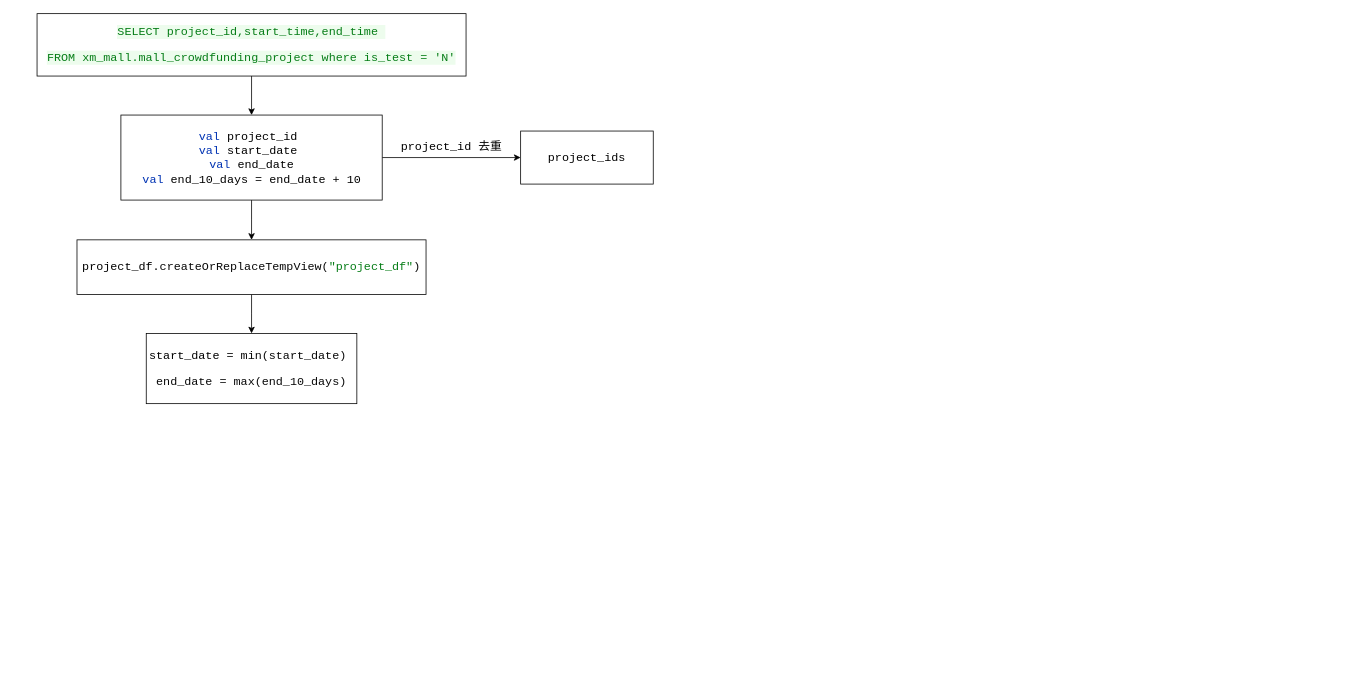
Before: 小米众筹/小米众筹流程.drawio in dyzcs/draw.io, a draw.io diagram. Source tidied: cells renumbered, new cells numbered last; positions are measured from the earlier drawing's top-left corner, leaving out a move shared by most shapes. Both pictures are drawn from the tidied source at 78%, with x=0, y=0 at pixel (37, 13).
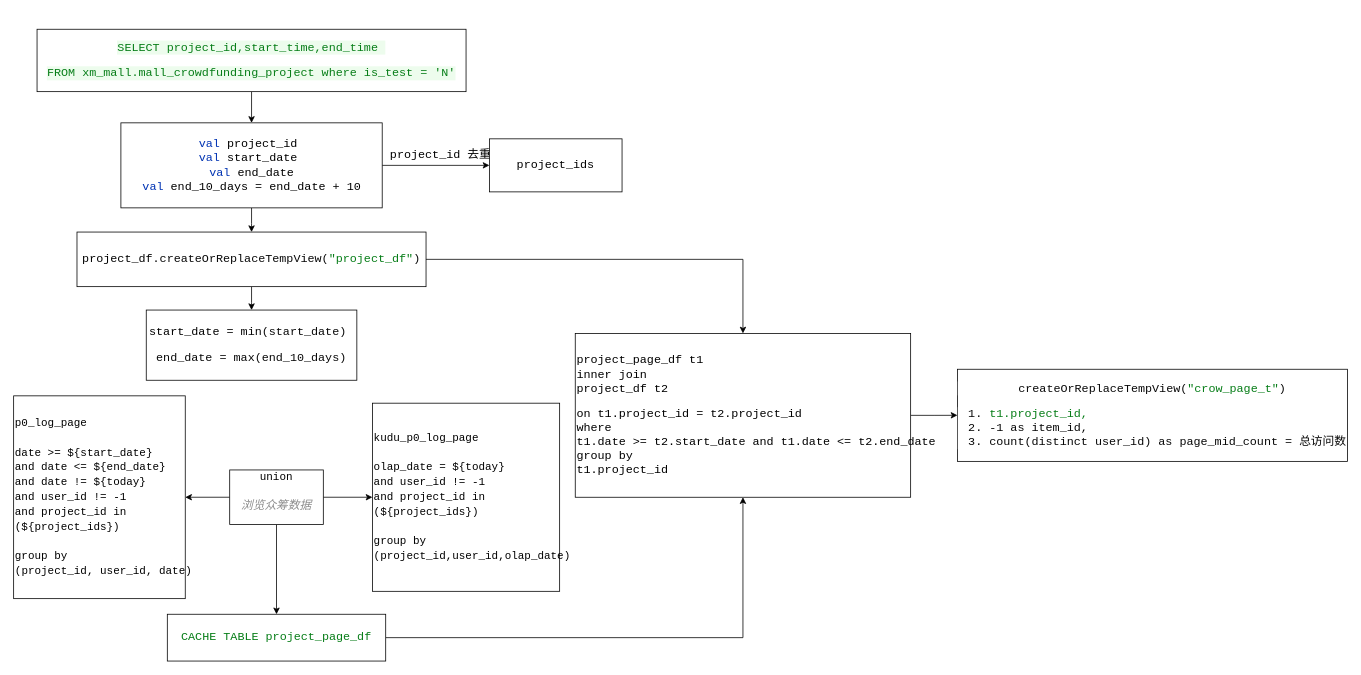
The same diagram, later.

Commit message (it also covers changes not shown here):
更新小米众筹流程.drawio

The edit, as a diff of the source:
```diff
@@
     <mxCell id="3" value="&lt;pre style=&quot;background-color: #ffffff ; color: #080808 ; font-family: &amp;#34;courier 10 pitch&amp;#34; , monospace ; font-size: 11.3pt&quot;&gt;&lt;span style=&quot;color: #067d17 ; background-color: #edfced&quot;&gt;SELECT project_id,start_time,end_time &lt;/span&gt;&lt;/pre&gt;&lt;pre style=&quot;background-color: #ffffff ; color: #080808 ; font-family: &amp;#34;courier 10 pitch&amp;#34; , monospace ; font-size: 11.3pt&quot;&gt;&lt;span style=&quot;color: #067d17 ; background-color: #edfced&quot;&gt;FROM xm_mall.mall_crowdfunding_project where is_test = 'N'&lt;/span&gt;&lt;/pre&gt;" style="rounded=0;whiteSpace=wrap;html=1;" parent="1" vertex="1">
-      <mxGeometry width="550" height="80" as="geometry" />
+      <mxGeometry y="20" width="550" height="80" as="geometry" />
     </mxCell>
@@
     <mxCell id="7" value="&lt;pre style=&quot;background-color: #ffffff ; color: #080808 ; font-family: &amp;#34;courier 10 pitch&amp;#34; , monospace ; font-size: 11.3pt&quot;&gt;&lt;span style=&quot;color: #0033b3&quot;&gt;val &lt;/span&gt;&lt;span style=&quot;color: #000000&quot;&gt;project_id &lt;/span&gt;&lt;span style=&quot;color: #000000&quot;&gt;&lt;br&gt;&lt;/span&gt;&lt;span style=&quot;color: #0033b3&quot;&gt;val &lt;/span&gt;&lt;span style=&quot;color: #000000&quot;&gt;start_date &lt;/span&gt;&lt;span style=&quot;color: #000000&quot;&gt;&lt;br&gt;&lt;/span&gt;&lt;span style=&quot;color: #0033b3&quot;&gt;val &lt;/span&gt;&lt;span style=&quot;color: #000000&quot;&gt;end_date&lt;/span&gt;&lt;br&gt;&lt;span style=&quot;color: #0033b3&quot;&gt;val &lt;/span&gt;&lt;span style=&quot;color: #000000&quot;&gt;end_10_days = end_date + 10&lt;/span&gt;&lt;/pre&gt;" style="rounded=0;whiteSpace=wrap;html=1;" parent="1" vertex="1">
-      <mxGeometry x="107.5" y="130" width="335" height="109" as="geometry" />
+      <mxGeometry x="107.5" y="140" width="335" height="109" as="geometry" />
     </mxCell>
     <mxCell id="8" value="&lt;pre style=&quot;background-color: #ffffff ; color: #080808 ; font-family: &amp;#34;courier 10 pitch&amp;#34; , monospace ; font-size: 11.3pt&quot;&gt;&lt;span style=&quot;color: #000000&quot;&gt;project_ids&lt;/span&gt;&lt;/pre&gt;" style="rounded=0;whiteSpace=wrap;html=1;" parent="1" vertex="1">
-      <mxGeometry x="620" y="150.5" width="170" height="68" as="geometry" />
+      <mxGeometry x="580" y="160.5" width="170" height="68" as="geometry" />
     </mxCell>
@@
+    <mxCell id="12" style="edgeStyle=orthogonalEdgeStyle;rounded=0;jettySize=auto;html=1;entryX=0.5;entryY=0;entryDx=0;entryDy=0;fontColor=#000000;" parent="1" edge="1" source="10" target="22">
+      <mxGeometry relative="1" as="geometry" />
+    </mxCell>
     <mxCell id="10" value="&lt;pre style=&quot;background-color: #ffffff ; color: #080808 ; font-family: &amp;#34;courier 10 pitch&amp;#34; , monospace ; font-size: 11.3pt&quot;&gt;&lt;span style=&quot;color: #000000&quot;&gt;project_df&lt;/span&gt;.createOrReplaceTempView(&lt;span style=&quot;color: #067d17&quot;&gt;&quot;project_df&quot;&lt;/span&gt;)&lt;/pre&gt;" style="rounded=0;whiteSpace=wrap;html=1;labelBackgroundColor=none;" parent="1" vertex="1">
-      <mxGeometry x="51.2" y="290" width="447.5" height="70" as="geometry" />
+      <mxGeometry x="51.2" y="280" width="447.5" height="70" as="geometry" />
     </mxCell>
     <mxCell id="11" value="&lt;pre style=&quot;background-color: #ffffff ; color: #080808 ; font-family: &amp;#34;courier 10 pitch&amp;#34; , monospace ; font-size: 11.3pt&quot;&gt;&lt;span style=&quot;color: #000000&quot;&gt;start_date = &lt;/span&gt;min(start_date) &lt;/pre&gt;&lt;pre style=&quot;background-color: #ffffff ; color: #080808 ; font-family: &amp;#34;courier 10 pitch&amp;#34; , monospace ; font-size: 11.3pt&quot;&gt;end_date = max(end_10_days)&lt;/pre&gt;" style="rounded=0;whiteSpace=wrap;html=1;labelBackgroundColor=none;" parent="1" vertex="1">
-      <mxGeometry x="140" y="410" width="270" height="90" as="geometry" />
+      <mxGeometry x="140" y="380" width="270" height="90" as="geometry" />
     </mxCell>
+    <mxCell id="13" value="&lt;div style=&quot;font-family: &amp;quot;droid sans mono&amp;quot; , monospace , monospace , &amp;quot;droid sans fallback&amp;quot; ; font-size: 14px ; line-height: 19px&quot;&gt;p0_log_page&lt;/div&gt;&lt;div style=&quot;font-family: &amp;quot;droid sans mono&amp;quot; , monospace , monospace , &amp;quot;droid sans fallback&amp;quot; ; font-size: 14px ; line-height: 19px&quot;&gt;&lt;br&gt;&lt;/div&gt;&lt;div style=&quot;font-family: &amp;quot;droid sans mono&amp;quot; , monospace , monospace , &amp;quot;droid sans fallback&amp;quot; ; font-size: 14px ; line-height: 19px&quot;&gt;&lt;div style=&quot;font-family: &amp;quot;droid sans mono&amp;quot; , monospace , monospace , &amp;quot;droid sans fallback&amp;quot; ; line-height: 19px&quot;&gt;&lt;div&gt;&lt;span&gt;date&lt;/span&gt; &amp;gt;= ${&lt;span&gt;start_date&lt;/span&gt;}&lt;/div&gt;&lt;div&gt;    &lt;span&gt;and&lt;/span&gt; &lt;span&gt;date&lt;/span&gt; &amp;lt;= ${end_date}&lt;/div&gt;&lt;div&gt;    &lt;span&gt;and&lt;/span&gt; &lt;span&gt;date&lt;/span&gt; != ${today}&lt;/div&gt;&lt;div&gt;    &lt;span&gt;and&lt;/span&gt; &lt;span&gt;user_id&lt;/span&gt; != -&lt;span&gt;1&lt;/span&gt;&lt;/div&gt;&lt;div&gt;    &lt;span&gt;and&lt;/span&gt; project_id &lt;span&gt;in&lt;/span&gt; (${project_ids})&lt;/div&gt;&lt;div&gt;&lt;span&gt;&lt;br&gt;&lt;/span&gt;&lt;/div&gt;&lt;div&gt;&lt;span&gt;group by&lt;/span&gt;&lt;/div&gt;&lt;div&gt;&lt;span&gt;(&lt;/span&gt;&lt;span&gt;project_id,&amp;nbsp;&lt;/span&gt;&lt;span&gt;user_id&lt;/span&gt;&lt;span&gt;,&amp;nbsp;&lt;/span&gt;&lt;span&gt;date)&lt;/span&gt;&lt;/div&gt;&lt;/div&gt;&lt;/div&gt;" style="rounded=0;whiteSpace=wrap;html=1;labelBackgroundColor=none;align=left;" parent="1" vertex="1">
+      <mxGeometry x="-30" y="490" width="220" height="260" as="geometry" />
+    </mxCell>
+    <mxCell id="14" value="&lt;div style=&quot;font-family: &amp;quot;droid sans mono&amp;quot; , monospace , monospace , &amp;quot;droid sans fallback&amp;quot; ; font-size: 14px ; line-height: 19px&quot;&gt;kudu_p0_log_page&lt;/div&gt;&lt;div style=&quot;font-family: &amp;quot;droid sans mono&amp;quot; , monospace , monospace , &amp;quot;droid sans fallback&amp;quot; ; font-size: 14px ; line-height: 19px&quot;&gt;&lt;br&gt;&lt;/div&gt;&lt;div style=&quot;font-family: &amp;quot;droid sans mono&amp;quot; , monospace , monospace , &amp;quot;droid sans fallback&amp;quot; ; font-size: 14px ; line-height: 19px&quot;&gt;&lt;div style=&quot;font-family: &amp;quot;droid sans mono&amp;quot; , monospace , monospace , &amp;quot;droid sans fallback&amp;quot; ; line-height: 19px&quot;&gt;&lt;div&gt;olap_date = ${today}&lt;/div&gt;&lt;div&gt;    &lt;span&gt;and&lt;/span&gt; &lt;span&gt;user_id&lt;/span&gt; != -&lt;span&gt;1&lt;/span&gt;&lt;/div&gt;&lt;div&gt;    &lt;span&gt;and&lt;/span&gt; project_id &lt;span&gt;in&lt;/span&gt; (${project_ids})&lt;/div&gt;&lt;div&gt;&lt;div style=&quot;font-family: &amp;quot;droid sans mono&amp;quot; , monospace , monospace , &amp;quot;droid sans fallback&amp;quot; ; line-height: 19px&quot;&gt;&lt;div&gt;&lt;span&gt;&lt;br&gt;&lt;/span&gt;&lt;/div&gt;&lt;div&gt;&lt;span&gt;group by&lt;/span&gt;&lt;/div&gt;&lt;div&gt;(project_id,&lt;span&gt;user_id&lt;/span&gt;&lt;span&gt;,&lt;/span&gt;&lt;span&gt;olap_date)&lt;/span&gt;&lt;/div&gt;&lt;/div&gt;&lt;/div&gt;&lt;/div&gt;&lt;/div&gt;" style="rounded=0;whiteSpace=wrap;html=1;labelBackgroundColor=none;align=left;" parent="1" vertex="1">
+      <mxGeometry x="430" y="499.4" width="240" height="241.2" as="geometry" />
+    </mxCell>
+    <mxCell id="15" style="edgeStyle=orthogonalEdgeStyle;rounded=0;jettySize=auto;html=1;entryX=1;entryY=0.5;entryDx=0;entryDy=0;fontColor=#000000;" parent="1" edge="1" source="18" target="13">
+      <mxGeometry relative="1" as="geometry" />
+    </mxCell>
+    <mxCell id="16" style="edgeStyle=orthogonalEdgeStyle;rounded=0;jettySize=auto;html=1;fontColor=#000000;" parent="1" edge="1" source="18" target="14">
+      <mxGeometry relative="1" as="geometry" />
+    </mxCell>
+    <mxCell id="17" style="edgeStyle=orthogonalEdgeStyle;rounded=0;jettySize=auto;html=1;entryX=0.5;entryY=0;entryDx=0;entryDy=0;fontColor=#000000;" parent="1" edge="1" source="18" target="20">
+      <mxGeometry relative="1" as="geometry" />
+    </mxCell>
+    <mxCell id="18" value="&lt;div style=&quot;font-family: &amp;#34;droid sans mono&amp;#34; , monospace , monospace , &amp;#34;droid sans fallback&amp;#34; ; font-size: 14px ; line-height: 19px&quot;&gt;&lt;span&gt;union&lt;/span&gt;&lt;/div&gt;&lt;div style=&quot;font-family: &amp;#34;droid sans mono&amp;#34; , monospace , monospace , &amp;#34;droid sans fallback&amp;#34; ; font-size: 14px ; line-height: 19px&quot;&gt;&lt;pre style=&quot;background-color: #ffffff ; color: #080808 ; font-family: &amp;#34;noto mono&amp;#34; , monospace ; font-size: 11.3pt&quot;&gt;&lt;span style=&quot;color: #8c8c8c ; font-style: italic&quot;&gt;浏览众筹数据&lt;/span&gt;&lt;/pre&gt;&lt;/div&gt;" style="rounded=0;whiteSpace=wrap;html=1;labelBackgroundColor=none;" parent="1" vertex="1">
+      <mxGeometry x="247" y="585" width="120" height="70" as="geometry" />
+    </mxCell>
+    <mxCell id="19" style="edgeStyle=orthogonalEdgeStyle;rounded=0;jettySize=auto;html=1;entryX=0.5;entryY=1;entryDx=0;entryDy=0;fontColor=#000000;" parent="1" edge="1" source="20" target="22">
+      <mxGeometry relative="1" as="geometry" />
+    </mxCell>
+    <mxCell id="20" value="&lt;pre style=&quot;background-color: #ffffff ; color: #080808 ; font-family: &amp;#34;courier 10 pitch&amp;#34; , monospace ; font-size: 11.3pt&quot;&gt;&lt;span style=&quot;color: #067d17&quot;&gt;CACHE TABLE project_page_df&lt;/span&gt;&lt;/pre&gt;" style="rounded=0;whiteSpace=wrap;html=1;labelBackgroundColor=none;fontColor=#000000;" parent="1" vertex="1">
+      <mxGeometry x="167" y="770" width="280" height="60" as="geometry" />
+    </mxCell>
+    <mxCell id="21" style="edgeStyle=orthogonalEdgeStyle;rounded=0;jettySize=auto;html=1;entryX=0;entryY=0.5;entryDx=0;entryDy=0;fontColor=#000000;" parent="1" edge="1" source="22" target="23">
+      <mxGeometry relative="1" as="geometry" />
+    </mxCell>
+    <mxCell id="22" value="&lt;pre style=&quot;font-family: &amp;quot;courier 10 pitch&amp;quot;, monospace; font-size: 11.3pt;&quot;&gt;&lt;pre style=&quot;font-family: &amp;quot;courier 10 pitch&amp;quot; , monospace ; font-size: 11.3pt&quot;&gt;&lt;div style=&quot;text-align: justify&quot;&gt;&lt;span style=&quot;font-size: 11.3pt;&quot;&gt;project_page_df t1&lt;/span&gt;&lt;/div&gt;&lt;span style=&quot;&quot;&gt;&lt;div style=&quot;text-align: justify&quot;&gt;&lt;span style=&quot;font-size: 11.3pt&quot;&gt;inner join&lt;/span&gt;&lt;/div&gt;&lt;div style=&quot;text-align: justify&quot;&gt;&lt;span style=&quot;font-size: 11.3pt&quot;&gt;project_df t2&lt;/span&gt;&lt;/div&gt;&lt;div style=&quot;text-align: justify&quot;&gt;&lt;pre style=&quot;font-family: &amp;quot;courier 10 pitch&amp;quot;, monospace; font-size: 11.3pt;&quot;&gt;&lt;span style=&quot;&quot;&gt;on t1.project_id = t2.project_id&lt;/span&gt;&lt;span style=&quot;&quot;&gt;&lt;br&gt;&lt;/span&gt;&lt;span style=&quot;&quot;&gt;where&lt;/span&gt;&lt;span style=&quot;&quot;&gt;&lt;br&gt;&lt;/span&gt;&lt;span style=&quot;&quot;&gt;t1.date &amp;gt;= t2.start_date and t1.date &amp;lt;= t2.end_date&lt;/span&gt;&lt;span style=&quot;&quot;&gt;&lt;br&gt;&lt;/span&gt;&lt;span style=&quot;&quot;&gt;group by&lt;/span&gt;&lt;span style=&quot;&quot;&gt;&lt;br&gt;&lt;/span&gt;&lt;span style=&quot;&quot;&gt;t1.project_id&lt;/span&gt;&lt;/pre&gt;&lt;/div&gt;&lt;/span&gt;&lt;/pre&gt;&lt;/pre&gt;" style="rounded=0;whiteSpace=wrap;html=1;labelBackgroundColor=none;align=left;" parent="1" vertex="1">
+      <mxGeometry x="690" y="410" width="430" height="210" as="geometry" />
+    </mxCell>
+    <mxCell id="23" value="&lt;pre style=&quot;background-color: #ffffff ; color: #080808 ; font-family: &amp;#34;courier 10 pitch&amp;#34; , monospace ; font-size: 11.3pt&quot;&gt;createOrReplaceTempView(&lt;span style=&quot;color: #067d17&quot;&gt;&quot;crow_page_t&quot;&lt;/span&gt;)&lt;/pre&gt;&lt;pre style=&quot;background-color: #ffffff ; color: #080808 ; font-family: &amp;#34;courier 10 pitch&amp;#34; , monospace ; font-size: 11.3pt&quot;&gt;&lt;pre style=&quot;font-family: &amp;#34;courier 10 pitch&amp;#34; , monospace ; font-size: 11.3pt&quot;&gt;&lt;div style=&quot;text-align: left&quot;&gt;&lt;ol&gt;&lt;li&gt;&lt;span style=&quot;color: rgb(6 , 125 , 23) ; font-size: 11.3pt ; white-space: normal&quot;&gt;t1.project_id,&lt;/span&gt;&lt;/li&gt;&lt;li&gt;&lt;span style=&quot;font-size: 11.3pt ; white-space: normal&quot;&gt;-1 as item_id,&lt;/span&gt;&lt;/li&gt;&lt;li&gt;&lt;span style=&quot;font-size: 11.3pt ; white-space: normal&quot;&gt;count(distinct user_id) as page_mid_count = 总访问数&lt;/span&gt;&lt;/li&gt;&lt;/ol&gt;&lt;/div&gt;&lt;/pre&gt;&lt;/pre&gt;" style="rounded=0;whiteSpace=wrap;html=1;labelBackgroundColor=none;fontColor=#000000;" parent="1" vertex="1">
+      <mxGeometry x="1180" y="455.9" width="500" height="118.1" as="geometry" />
+    </mxCell>
```
